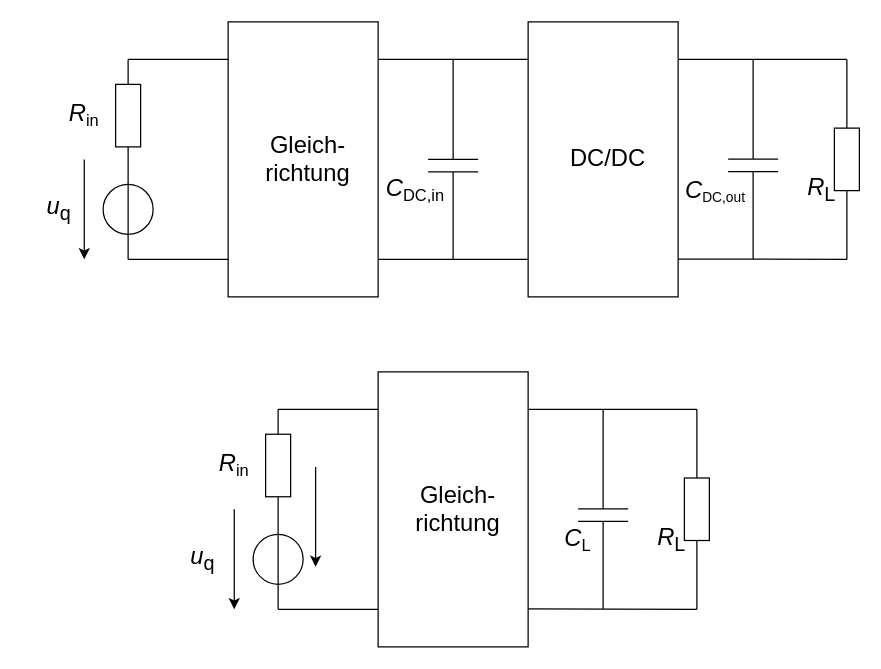
The draw.io diagram page "Seite-4" (4 of 5) of forschungspraktikum.drawio in reinlten/TPA_Kolb, before the edit. Source tidied: cells renumbered, new cells numbered last; positions are measured from the earlier drawing's top-left corner, leaving out a move shared by most shapes. Both pictures are drawn from the tidied source at 125%, with x=0, y=0 at pixel (21, 21).
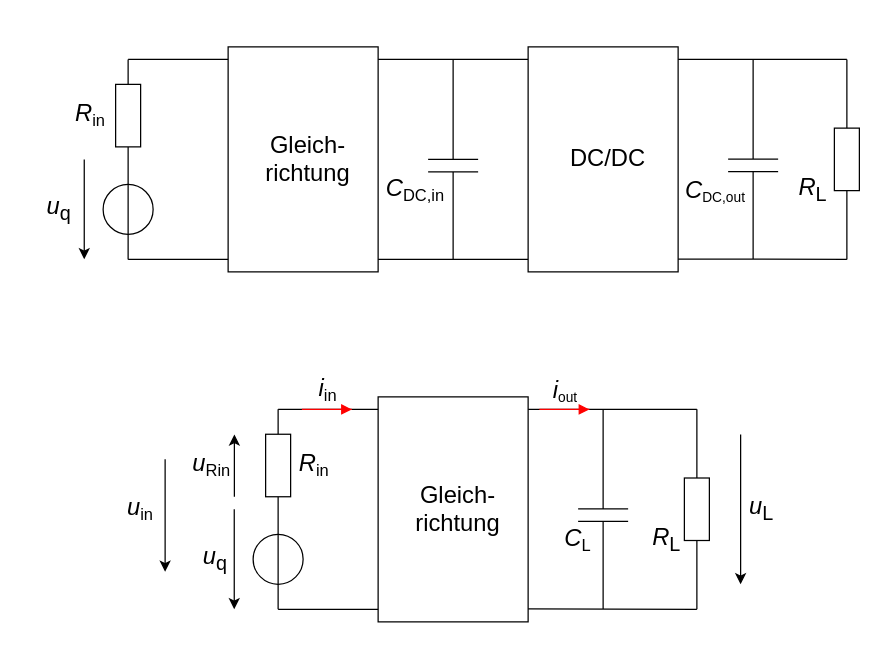
Above is the later version.

Diff of the diagram source:
```diff
@@
     <mxCell id="3" style="rounded=0;whiteSpace=wrap;html=1;fontSize=19;" parent="1" vertex="1">
-      <mxGeometry x="165" width="120" height="220" as="geometry" />
+      <mxGeometry x="165" y="20" width="120" height="180" as="geometry" />
     </mxCell>
@@
     <mxCell id="12" value="&lt;i&gt;R&lt;/i&gt;&lt;sub style=&quot;&quot;&gt;L&lt;/sub&gt;" style="text;strokeColor=none;align=center;fillColor=none;html=1;verticalAlign=middle;whiteSpace=wrap;rounded=0;fontSize=19;" parent="1" vertex="1">
-      <mxGeometry x="610" y="119.7" width="60" height="30" as="geometry" />
+      <mxGeometry x="603" y="119.7" width="60" height="30" as="geometry" />
     </mxCell>
@@
     <mxCell id="17" style="rounded=0;whiteSpace=wrap;html=1;fontSize=19;" parent="1" vertex="1">
-      <mxGeometry x="405" width="120" height="220" as="geometry" />
+      <mxGeometry x="405" y="20" width="120" height="180" as="geometry" />
     </mxCell>
@@
     <mxCell id="32" style="rounded=0;whiteSpace=wrap;html=1;fontSize=19;" parent="1" vertex="1">
-      <mxGeometry x="285" y="280" width="120" height="220" as="geometry" />
+      <mxGeometry x="285" y="300" width="120" height="180" as="geometry" />
     </mxCell>
@@
     <mxCell id="35" value="&lt;i&gt;R&lt;/i&gt;&lt;sub style=&quot;&quot;&gt;L&lt;/sub&gt;" style="text;strokeColor=none;align=center;fillColor=none;html=1;verticalAlign=middle;whiteSpace=wrap;rounded=0;fontSize=19;" parent="1" vertex="1">
-      <mxGeometry x="490" y="399.6" width="60" height="30" as="geometry" />
+      <mxGeometry x="486" y="399.6" width="60" height="30" as="geometry" />
     </mxCell>
@@
     <mxCell id="45" value="&lt;i&gt;R&lt;/i&gt;&lt;span style=&quot;font-size: 15.8333px;&quot;&gt;&lt;sub&gt;in&lt;/sub&gt;&lt;/span&gt;" style="text;strokeColor=none;align=center;fillColor=none;html=1;verticalAlign=middle;whiteSpace=wrap;rounded=0;fontSize=19;" parent="1" vertex="1">
-      <mxGeometry x="20" y="60" width="60" height="30" as="geometry" />
+      <mxGeometry x="25" y="60" width="60" height="30" as="geometry" />
     </mxCell>
@@
     <mxCell id="53" value="&lt;span&gt;&lt;i&gt;u&lt;/i&gt;&lt;sub&gt;q&lt;/sub&gt;&lt;/span&gt;" style="text;strokeColor=none;align=center;fillColor=none;html=1;verticalAlign=middle;whiteSpace=wrap;rounded=0;fontSize=19;" parent="1" vertex="1">
-      <mxGeometry x="115" y="414.9" width="60" height="30" as="geometry" />
+      <mxGeometry x="125" y="414.9" width="60" height="30" as="geometry" />
     </mxCell>
     <mxCell id="54" value="&lt;i&gt;R&lt;/i&gt;&lt;span style=&quot;font-size: 15.8333px;&quot;&gt;&lt;sub&gt;in&lt;/sub&gt;&lt;/span&gt;" style="text;strokeColor=none;align=center;fillColor=none;html=1;verticalAlign=middle;whiteSpace=wrap;rounded=0;fontSize=19;" parent="1" vertex="1">
-      <mxGeometry x="140" y="339.9" width="60" height="30" as="geometry" />
+      <mxGeometry x="204" y="339.9" width="60" height="30" as="geometry" />
     </mxCell>
@@
     <mxCell id="57" style="endArrow=classic;html=1;rounded=0;fontSize=19;" parent="1" edge="1">
       <mxGeometry relative="1" as="geometry">
-        <mxPoint x="235" y="356" as="sourcePoint" />
-        <mxPoint x="235" y="436" as="targetPoint" />
+        <mxPoint x="170" y="379.9" as="sourcePoint" />
+        <mxPoint x="170" y="330" as="targetPoint" />
       </mxGeometry>
     </mxCell>
+    <mxCell id="58" value="&lt;i&gt;u&lt;/i&gt;&lt;span style=&quot;font-size: 15.8333px;&quot;&gt;&lt;sub&gt;Rin&lt;/sub&gt;&lt;/span&gt;" style="text;strokeColor=none;align=center;fillColor=none;html=1;verticalAlign=middle;whiteSpace=wrap;rounded=0;fontSize=19;" parent="1" vertex="1">
+      <mxGeometry x="122" y="339.9" width="60" height="30" as="geometry" />
+    </mxCell>
+    <mxCell id="59" style="endArrow=classic;html=1;rounded=0;fontSize=19;" parent="1" edge="1">
+      <mxGeometry relative="1" as="geometry">
+        <mxPoint x="114.6" y="349.9" as="sourcePoint" />
+        <mxPoint x="114.6" y="439.9" as="targetPoint" />
+      </mxGeometry>
+    </mxCell>
+    <mxCell id="60" value="&lt;i&gt;u&lt;/i&gt;&lt;span style=&quot;font-size: 15.8333px;&quot;&gt;&lt;sub&gt;in&lt;/sub&gt;&lt;/span&gt;" style="text;strokeColor=none;align=center;fillColor=none;html=1;verticalAlign=middle;whiteSpace=wrap;rounded=0;fontSize=19;" parent="1" vertex="1">
+      <mxGeometry x="65" y="375" width="60" height="30" as="geometry" />
+    </mxCell>
+    <mxCell id="61" style="endArrow=block;html=1;rounded=0;strokeColor=#ff0000;fontSize=13;endFill=1;" parent="1" edge="1">
+      <mxGeometry relative="1" as="geometry">
+        <mxPoint x="264" y="310" as="sourcePoint" />
+        <mxPoint x="264" y="310" as="targetPoint" />
+        <Array as="points">
+          <mxPoint x="224" y="310" />
+        </Array>
+      </mxGeometry>
+    </mxCell>
+    <mxCell id="62" value="&lt;i&gt;i&lt;/i&gt;&lt;span style=&quot;font-size: 15.8333px;&quot;&gt;&lt;sub&gt;in&lt;/sub&gt;&lt;/span&gt;" style="text;strokeColor=none;align=center;fillColor=none;html=1;verticalAlign=middle;whiteSpace=wrap;rounded=0;fontSize=19;" parent="1" vertex="1">
+      <mxGeometry x="215" y="280" width="60" height="30" as="geometry" />
+    </mxCell>
+    <mxCell id="63" style="endArrow=block;html=1;rounded=0;strokeColor=#ff0000;fontSize=13;endFill=1;" parent="1" edge="1">
+      <mxGeometry relative="1" as="geometry">
+        <mxPoint x="454" y="310" as="sourcePoint" />
+        <mxPoint x="454" y="310" as="targetPoint" />
+        <Array as="points">
+          <mxPoint x="414" y="310" />
+        </Array>
+      </mxGeometry>
+    </mxCell>
+    <mxCell id="64" value="&lt;i&gt;i&lt;/i&gt;&lt;span style=&quot;font-size: 13.1944px;&quot;&gt;&lt;sub style=&quot;&quot;&gt;out&lt;/sub&gt;&lt;/span&gt;" style="text;strokeColor=none;align=center;fillColor=none;html=1;verticalAlign=middle;whiteSpace=wrap;rounded=0;fontSize=19;" parent="1" vertex="1">
+      <mxGeometry x="405" y="280" width="60" height="30" as="geometry" />
+    </mxCell>
+    <mxCell id="65" style="endArrow=classic;html=1;rounded=0;fontSize=19;" parent="1" edge="1">
+      <mxGeometry relative="1" as="geometry">
+        <mxPoint x="575" y="330" as="sourcePoint" />
+        <mxPoint x="575" y="450" as="targetPoint" />
+      </mxGeometry>
+    </mxCell>
+    <mxCell id="66" value="&lt;span&gt;&lt;i&gt;u&lt;/i&gt;&lt;sub&gt;L&lt;/sub&gt;&lt;/span&gt;" style="text;strokeColor=none;align=center;fillColor=none;html=1;verticalAlign=middle;whiteSpace=wrap;rounded=0;fontSize=19;" parent="1" vertex="1">
+      <mxGeometry x="562" y="374.9" width="60" height="30" as="geometry" />
+    </mxCell>
```
